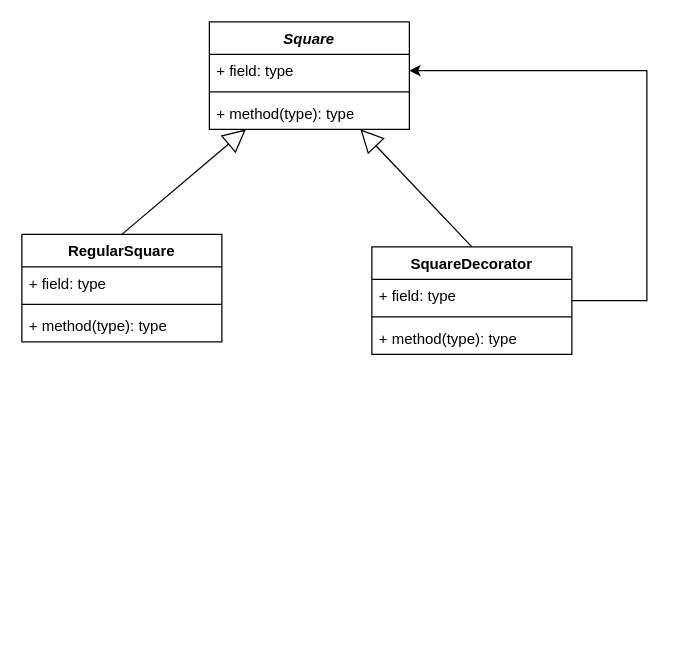
The draw.io diagram page "Page-2" (2 of 2) of workshop7-week8.drawio in antonykimuom/SWEN30006-2025-SM1-workshop1-tuew05-14-00-team-12, before the edit. Source tidied: cells renumbered, new cells numbered last; positions are measured from the earlier drawing's top-left corner, leaving out a move shared by most shapes. Both pictures are drawn from the tidied source at 125%, with x=0, y=0 at pixel (21, 21).
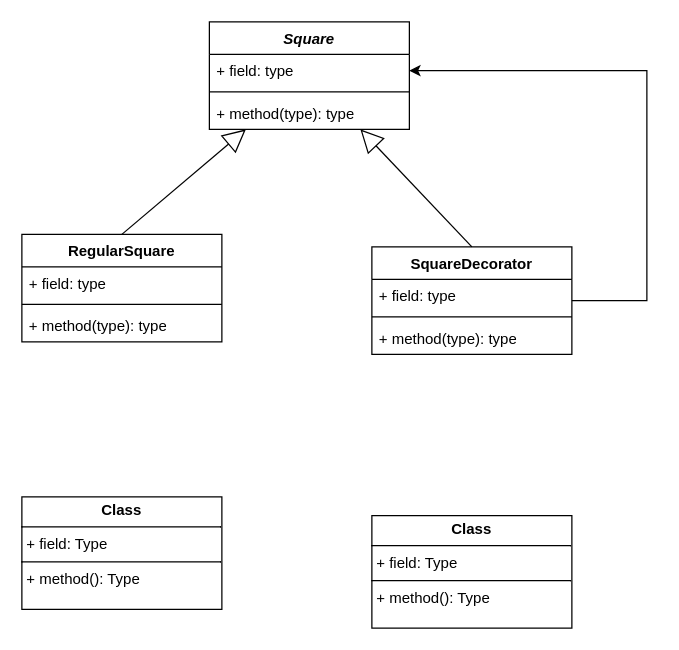
Above is the later version.

Diff of the diagram source:
```diff
@@
+    <mxCell id="17" value="&lt;p style=&quot;margin:0px;margin-top:4px;text-align:center;&quot;&gt;&lt;b&gt;Class&lt;/b&gt;&lt;/p&gt;&lt;hr size=&quot;1&quot; style=&quot;border-style:solid;&quot;/&gt;&lt;p style=&quot;margin:0px;margin-left:4px;&quot;&gt;+ field: Type&lt;/p&gt;&lt;hr size=&quot;1&quot; style=&quot;border-style:solid;&quot;/&gt;&lt;p style=&quot;margin:0px;margin-left:4px;&quot;&gt;+ method(): Type&lt;/p&gt;" style="verticalAlign=top;align=left;overflow=fill;html=1;whiteSpace=wrap;" parent="1" vertex="1">
+      <mxGeometry x="280" y="395" width="160" height="90" as="geometry" />
+    </mxCell>
@@
+    <mxCell id="18" value="&lt;p style=&quot;margin:0px;margin-top:4px;text-align:center;&quot;&gt;&lt;b&gt;Class&lt;/b&gt;&lt;/p&gt;&lt;hr size=&quot;1&quot; style=&quot;border-style:solid;&quot;/&gt;&lt;p style=&quot;margin:0px;margin-left:4px;&quot;&gt;+ field: Type&lt;/p&gt;&lt;hr size=&quot;1&quot; style=&quot;border-style:solid;&quot;/&gt;&lt;p style=&quot;margin:0px;margin-left:4px;&quot;&gt;+ method(): Type&lt;/p&gt;" style="verticalAlign=top;align=left;overflow=fill;html=1;whiteSpace=wrap;" parent="1" vertex="1">
+      <mxGeometry y="380" width="160" height="90" as="geometry" />
+    </mxCell>
```
